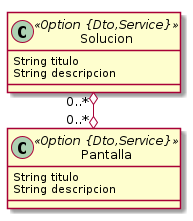
Above: solucion.png in danimaniarqsoft/arche (PlantUML), before the change. Source of this version:
```plantuml
@startuml
	!pragma layout smetana
	!pragma syntax class
	class Solucion <<Option {Dto,Service}>> {
		String titulo
		String descripcion
	}
	class Pantalla <<Option {Dto,Service}>> {
		String titulo
		String descripcion
	}
	Solucion  "0..* " o--o "0..* "  Pantalla
@enduml
```
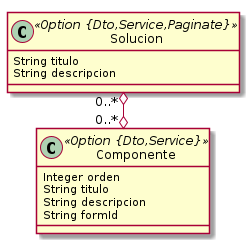
After the commit.

The edit, as a diff of the source:
```diff
@@ -1,13 +1,15 @@
 @startuml
 	!pragma layout smetana
 	!pragma syntax class
-	class Solucion <<Option {Dto,Service}>> {
+	class Solucion <<Option {Dto,Service,Paginate}>> {
 		String titulo
 		String descripcion
 	}
-	class Pantalla <<Option {Dto,Service}>> {
+	class Componente <<Option {Dto,Service}>> {
+		Integer orden
 		String titulo
 		String descripcion
+		String formId
 	}
-	Solucion  "0..* " o--o "0..* "  Pantalla
+	Solucion  "0..* " o--o "0..* "  Componente
 @enduml
```
